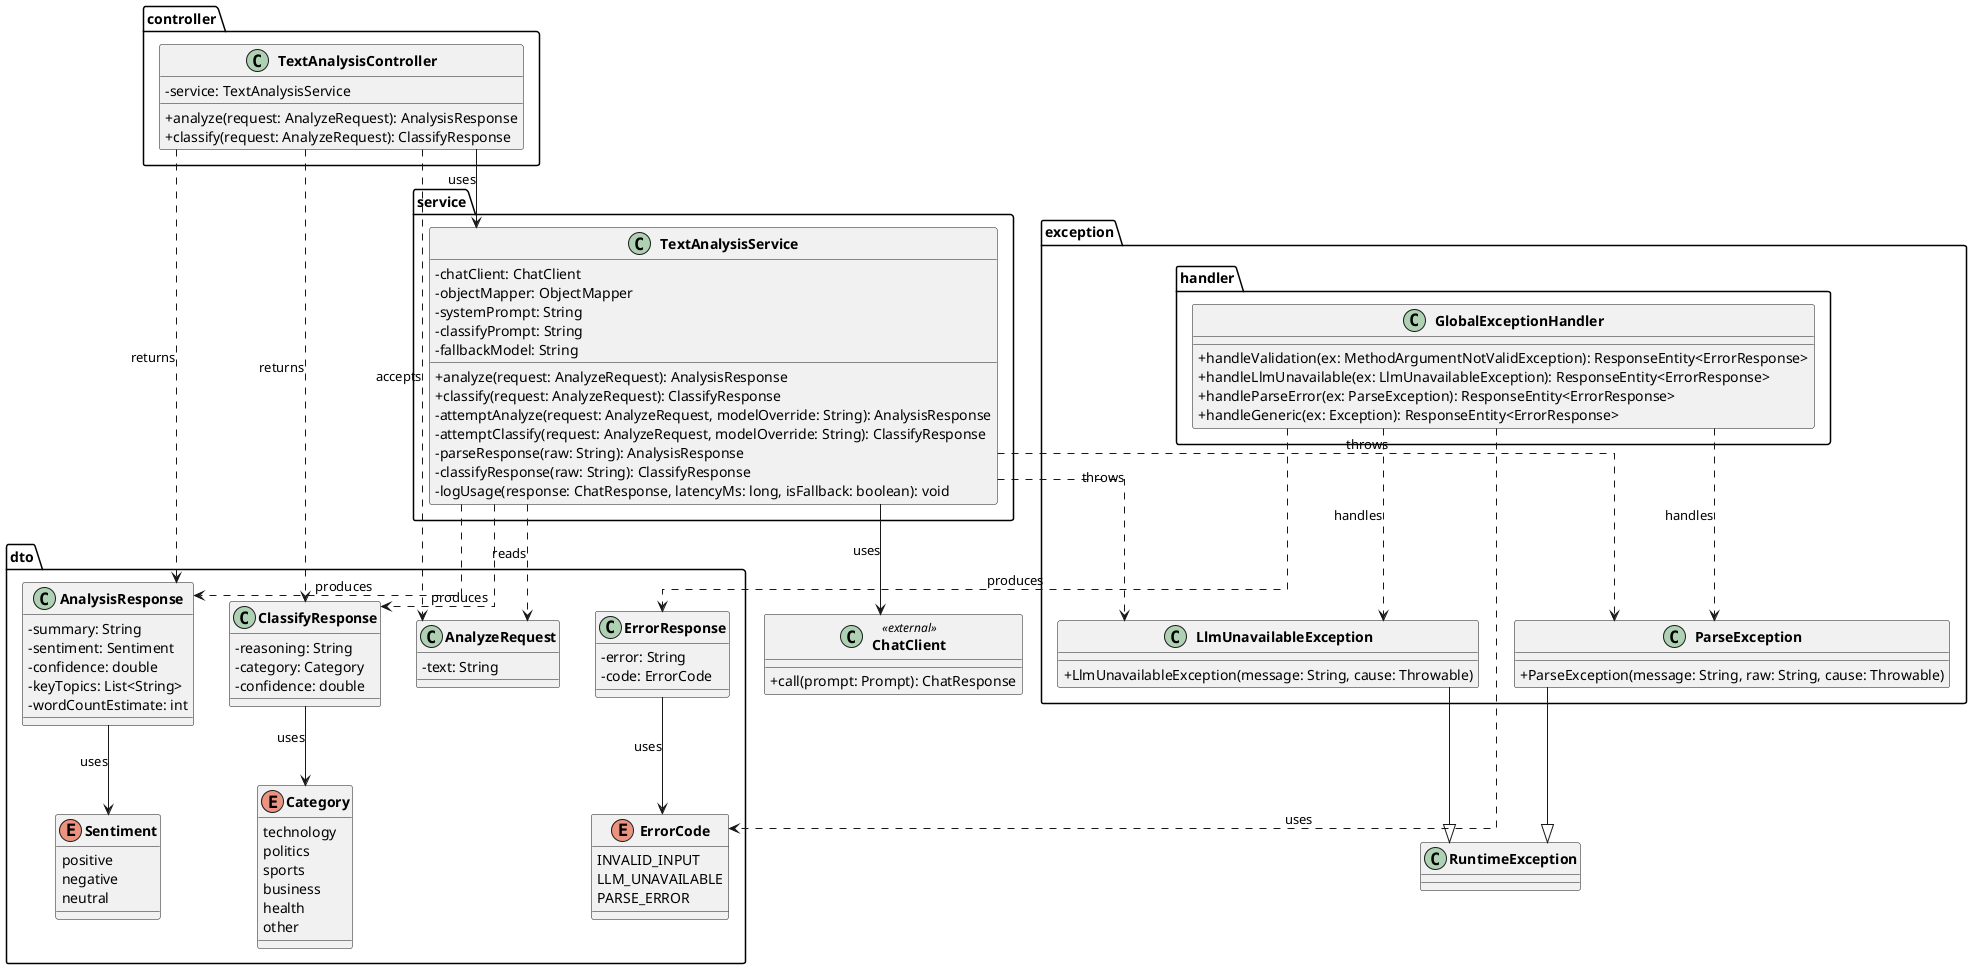
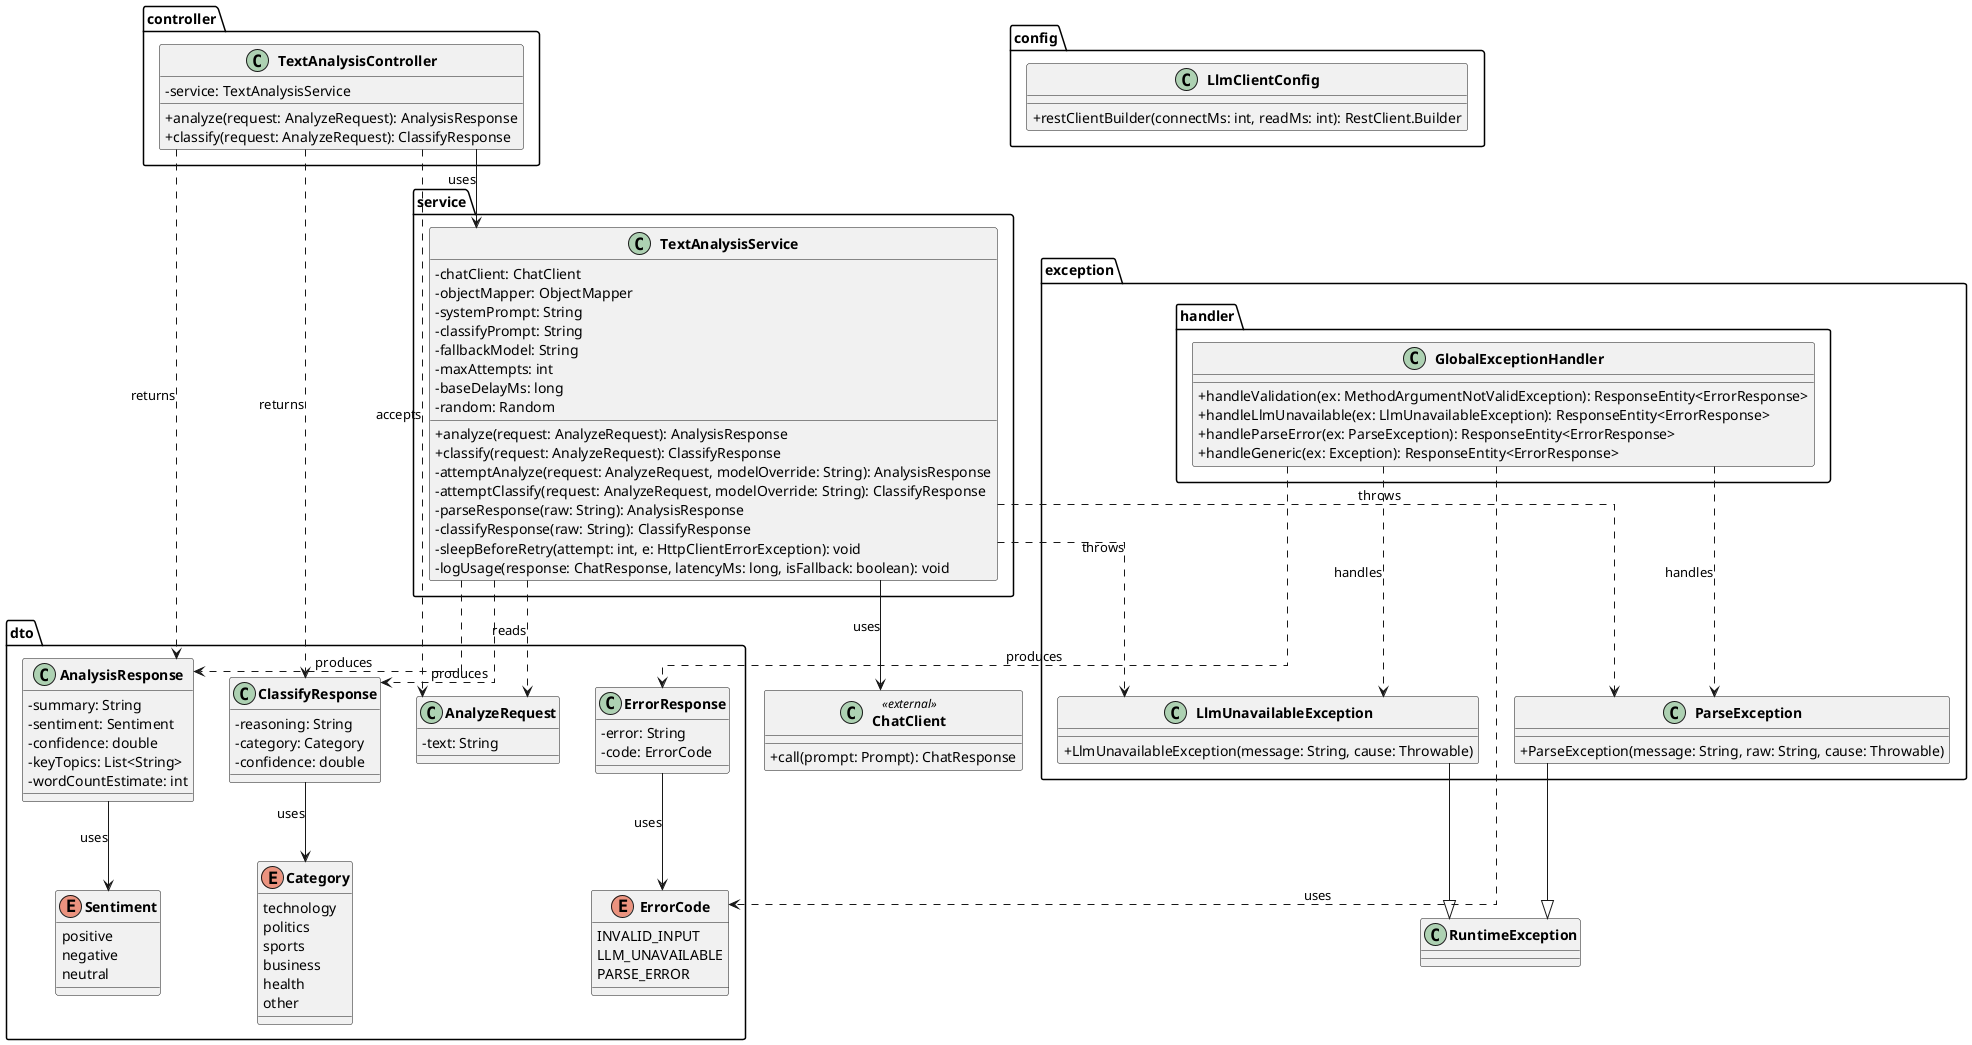
@startuml class-diagram

skinparam classAttributeIconSize 0
skinparam classFontStyle bold
skinparam linetype ortho

package "controller" {
  class TextAnalysisController {
    - service: TextAnalysisService
    + analyze(request: AnalyzeRequest): AnalysisResponse
    + classify(request: AnalyzeRequest): ClassifyResponse
  }
}

+ package "config" {
+   ' Week 3 — Extension 4
+   class LlmClientConfig {
+     + restClientBuilder(connectMs: int, readMs: int): RestClient.Builder
+   }
+ }
+ 
package "service" {
  class TextAnalysisService {
    - chatClient: ChatClient
    - objectMapper: ObjectMapper
    - systemPrompt: String
    - classifyPrompt: String
-     ' Week 3
+     ' Week 3 — Extension 3
    - fallbackModel: String
+     ' Week 3 — Extension 4
+     - maxAttempts: int
+     - baseDelayMs: long
+     - random: Random
    + analyze(request: AnalyzeRequest): AnalysisResponse
    + classify(request: AnalyzeRequest): ClassifyResponse
    - attemptAnalyze(request: AnalyzeRequest, modelOverride: String): AnalysisResponse
    - attemptClassify(request: AnalyzeRequest, modelOverride: String): ClassifyResponse
    - parseResponse(raw: String): AnalysisResponse
    - classifyResponse(raw: String): ClassifyResponse
+     ' Week 3 — Extension 4
+     - sleepBeforeRetry(attempt: int, e: HttpClientErrorException): void
    - logUsage(response: ChatResponse, latencyMs: long, isFallback: boolean): void
  }
}

package "dto" {
  class AnalyzeRequest {
    - text: String
  }

  ' Week 1
  class AnalysisResponse {
    - summary: String
    - sentiment: Sentiment
    - confidence: double
    - keyTopics: List<String>
    - wordCountEstimate: int
  }

  enum Sentiment {
    positive
    negative
    neutral
  }

  ' Week 2
  class ClassifyResponse {
    - reasoning: String
    - category: Category
    - confidence: double
  }

  enum Category {
    technology
    politics
    sports
    business
    health
    other
  }

  class ErrorResponse {
    - error: String
    - code: ErrorCode
  }

  enum ErrorCode {
    INVALID_INPUT
    LLM_UNAVAILABLE
    PARSE_ERROR
  }
}

package "exception" {
  class LlmUnavailableException {
    + LlmUnavailableException(message: String, cause: Throwable)
  }

  class ParseException {
    + ParseException(message: String, raw: String, cause: Throwable)
  }
}

package "exception.handler" {
  class GlobalExceptionHandler {
    + handleValidation(ex: MethodArgumentNotValidException): ResponseEntity<ErrorResponse>
    + handleLlmUnavailable(ex: LlmUnavailableException): ResponseEntity<ErrorResponse>
    + handleParseError(ex: ParseException): ResponseEntity<ErrorResponse>
    + handleGeneric(ex: Exception): ResponseEntity<ErrorResponse>
  }
}

' ── Dependencies ──────────────────────────────────────────────
TextAnalysisController --> TextAnalysisService : uses

TextAnalysisService --> ChatClient : uses

' ── Data flow (usage, not ownership) ──────────────────────────
TextAnalysisController ..> AnalyzeRequest : accepts
TextAnalysisController ..> AnalysisResponse : returns
TextAnalysisController ..> ClassifyResponse : returns

TextAnalysisService ..> AnalyzeRequest : reads
TextAnalysisService ..> AnalysisResponse : produces
TextAnalysisService ..> ClassifyResponse : produces

AnalysisResponse --> Sentiment : uses
ClassifyResponse --> Category : uses

' ── Exceptions thrown by service ──────────────────────────────
TextAnalysisService ..> LlmUnavailableException : «throws»
TextAnalysisService ..> ParseException : «throws»

' ── Exception handler intercepts ──────────────────────────────
GlobalExceptionHandler ..> LlmUnavailableException : «handles»
GlobalExceptionHandler ..> ParseException : «handles»
GlobalExceptionHandler ..> ErrorResponse : produces
GlobalExceptionHandler ..> ErrorCode : uses

' ── ErrorResponse uses ErrorCode enum ─────────────────────────
ErrorResponse --> ErrorCode : uses

' ── Exception hierarchy ────────────────────────────────────────
LlmUnavailableException --|> RuntimeException
ParseException --|> RuntimeException

' ── External dependency (Spring AI) ───────────────────────────
class ChatClient <<external>> {
  + call(prompt: Prompt): ChatResponse
}

@enduml
